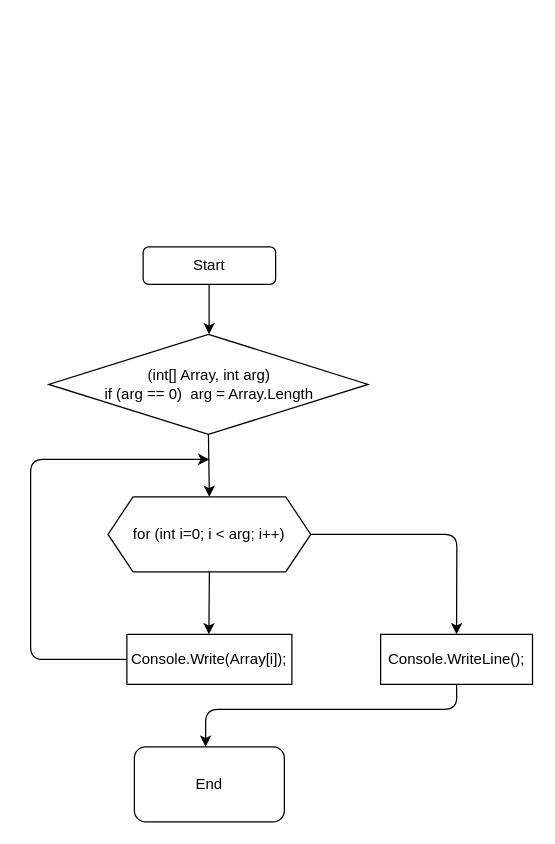
The draw.io diagram 2021/BlockDiagram/PrintArray_method.drawio in AbubakirovRA/FinalWork2021, before the edit. Source tidied: cells renumbered, new cells numbered last; positions are measured from the earlier drawing's top-left corner, leaving out a move shared by most shapes. Both pictures are drawn from the tidied source at 125%, with x=0, y=0 at pixel (30, 246).
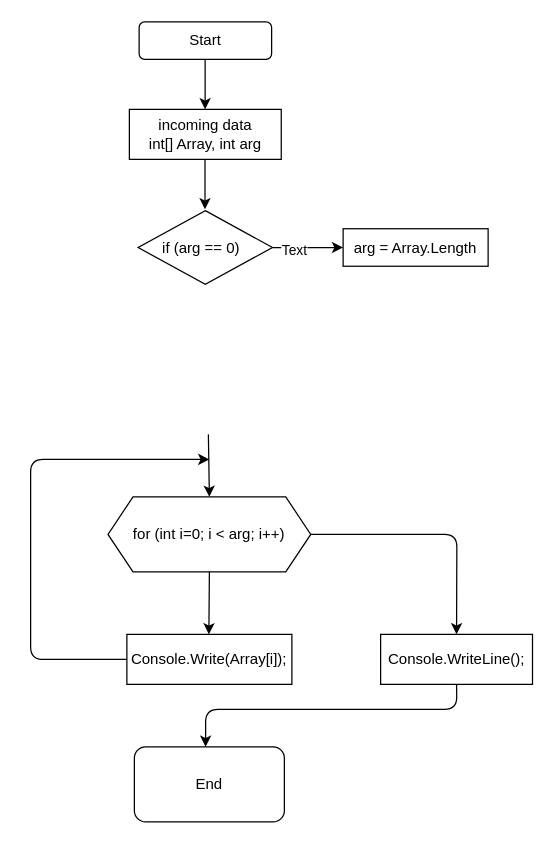
The same diagram, later.

Commit message:
fix diagram bags

Unchanged cells that the change refers to:
```xml
<mxCell id="6" value="for (int i=0; i &amp;lt; arg; i++)" style="shape=hexagon;perimeter=hexagonPerimeter2;whiteSpace=wrap;html=1;fixedSize=1;" parent="1" vertex="1">
  <mxGeometry x="61.9" y="200" width="162.2" height="60" as="geometry" />
</mxCell>
```

The edit, as a diff of the source:
```diff
@@
     <mxCell id="2" value="Start" style="rounded=1;whiteSpace=wrap;html=1;" parent="1" vertex="1">
-      <mxGeometry x="90" width="106" height="30" as="geometry" />
+      <mxGeometry x="86.8" y="-180" width="106" height="30" as="geometry" />
     </mxCell>
     <mxCell id="3" style="endArrow=classic;html=1;" parent="1" edge="1">
       <mxGeometry relative="1" as="geometry">
-        <mxPoint x="142.8" y="30" as="sourcePoint" />
-        <mxPoint x="142.8" y="70" as="targetPoint" />
+        <mxPoint x="139.6" y="-150" as="sourcePoint" />
+        <mxPoint x="139.6" y="-110" as="targetPoint" />
       </mxGeometry>
     </mxCell>
-    <mxCell id="4" value="(int[] Array, int arg)&lt;br&gt;if (arg == 0)&amp;nbsp; arg = Array.Length" style="rhombus;whiteSpace=wrap;html=1;" parent="1" vertex="1">
-      <mxGeometry x="14.5" y="70" width="255.5" height="80" as="geometry" />
+    <mxCell id="4" value="if (arg == 0)&amp;nbsp;&amp;nbsp;" style="rhombus;whiteSpace=wrap;html=1;" parent="1" vertex="1">
+      <mxGeometry x="86" y="-29" width="107.5" height="59" as="geometry" />
     </mxCell>
-    <mxCell id="5" style="endArrow=classic;html=1;exitX=0.5;exitY=1;exitDx=0;exitDy=0;entryX=0.5;entryY=0;entryDx=0;entryDy=0;entryPerimeter=0;" parent="1" edge="1" source="4" target="6">
-      <mxGeometry relative="1" as="geometry" />
+    <mxCell id="5" style="endArrow=classic;html=1;exitX=0.5;exitY=1;exitDx=0;exitDy=0;entryX=0.5;entryY=0;entryDx=0;entryDy=0;entryPerimeter=0;" parent="1" edge="1" target="6">
+      <mxGeometry relative="1" as="geometry">
+        <mxPoint x="142.2" y="150" as="sourcePoint" />
+      </mxGeometry>
     </mxCell>
@@
+    <mxCell id="14" value="incoming data &lt;br&gt;int[] Array, int arg" style="rounded=0;whiteSpace=wrap;html=1;" parent="1" vertex="1">
+      <mxGeometry x="79" y="-110" width="121.5" height="40" as="geometry" />
+    </mxCell>
+    <mxCell id="15" style="endArrow=classic;html=1;" parent="1" edge="1">
+      <mxGeometry relative="1" as="geometry">
+        <mxPoint x="139.5" y="-70" as="sourcePoint" />
+        <mxPoint x="139.5" y="-30" as="targetPoint" />
+      </mxGeometry>
+    </mxCell>
+    <mxCell id="16" value="&lt;span&gt;arg = Array.Length&lt;/span&gt;" style="rounded=0;whiteSpace=wrap;html=1;" parent="1" vertex="1">
+      <mxGeometry x="250" y="-14.5" width="116" height="30" as="geometry" />
+    </mxCell>
+    <mxCell id="17" style="endArrow=classic;html=1;exitX=1;exitY=0.5;exitDx=0;exitDy=0;entryX=0;entryY=0.5;entryDx=0;entryDy=0;" parent="1" edge="1" source="4" target="16">
+      <mxGeometry relative="1" as="geometry" />
+    </mxCell>
+    <mxCell id="18" value="Text" style="edgeLabel;html=1;align=center;verticalAlign=middle;" parent="17" vertex="1">
+      <mxGeometry x="-0.39" y="-2" relative="1" as="geometry" />
+    </mxCell>
```
